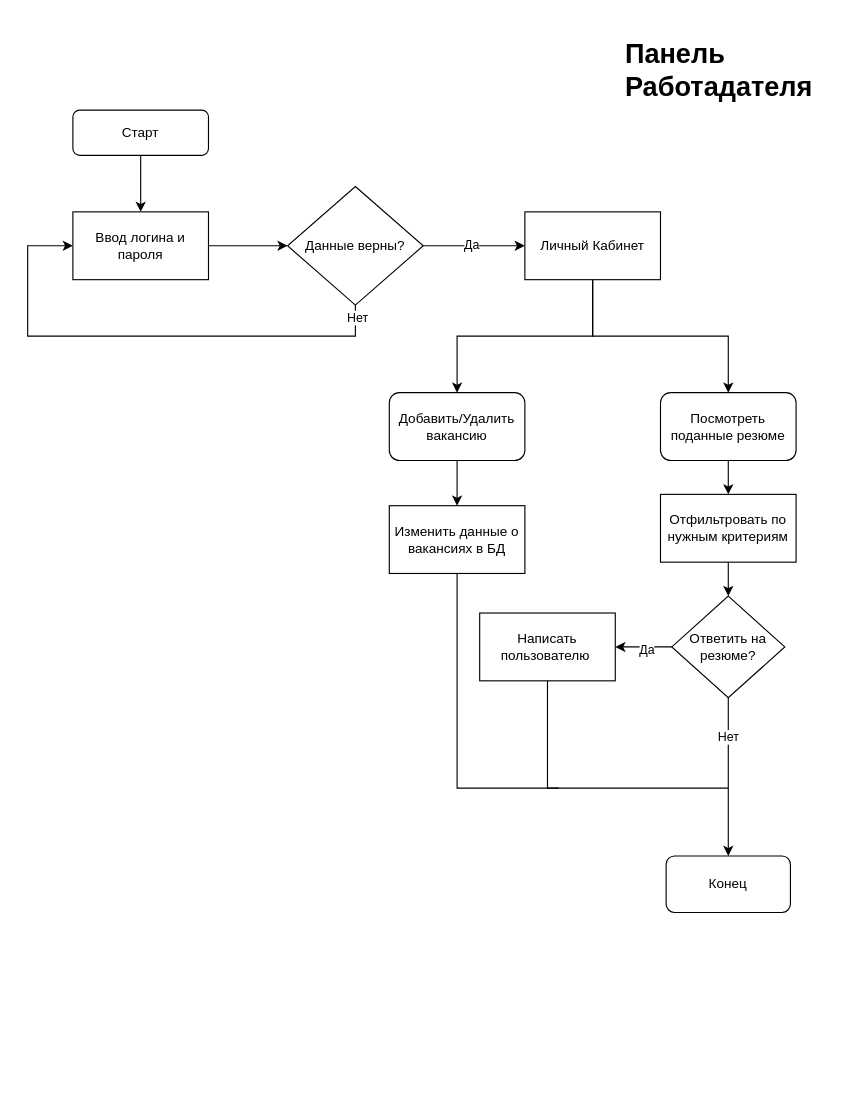
s-martha/haha.ru keeps this draw.io diagram as architecture.drawio. Above is the earlier version. Source tidied: cells renumbered, new cells numbered last; positions are measured from the earlier drawing's top-left corner, leaving out a move shared by most shapes. Both pictures are drawn from the tidied source at 113%, with x=0, y=0 at pixel (27, 31).
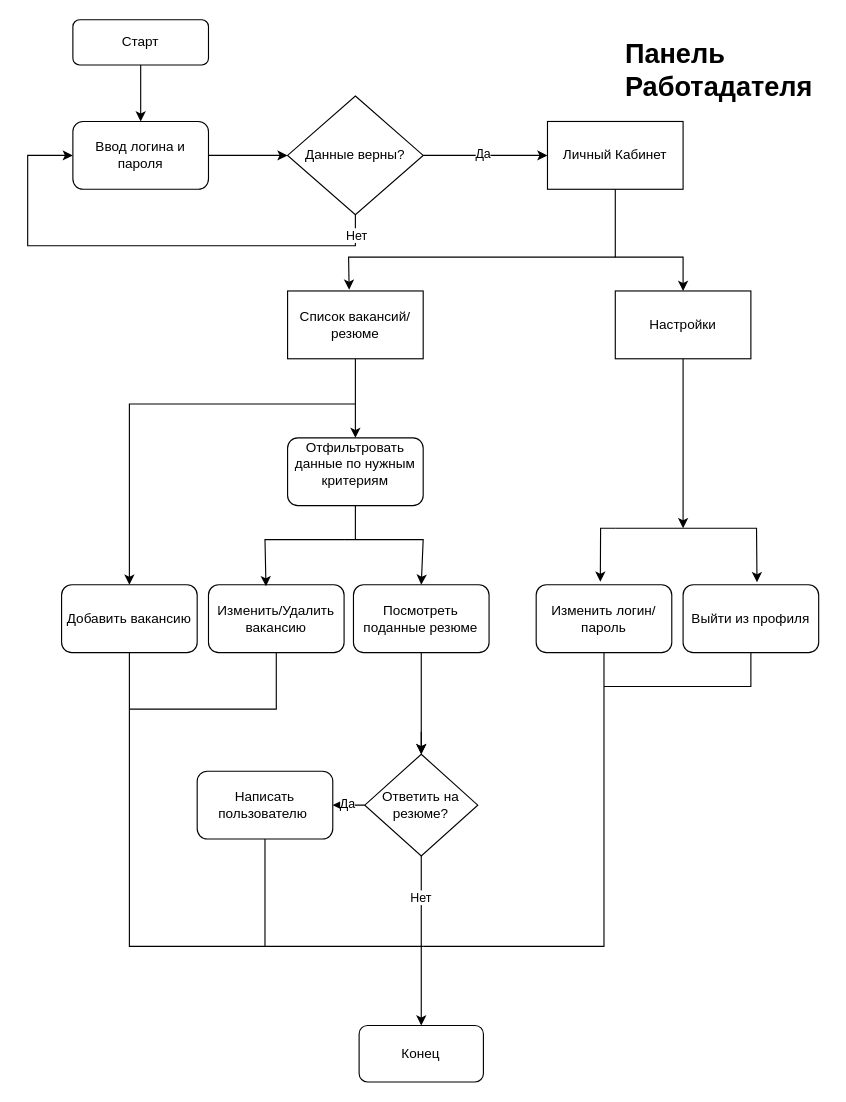
Above is the later version.

The edit, as a diff of the source:
```diff
@@
     <mxCell id="3" value="Старт" style="rounded=1;whiteSpace=wrap;html=1;fontSize=12;glass=0;strokeWidth=1;shadow=0;" parent="1" vertex="1">
-      <mxGeometry x="40" y="70" width="120" height="40" as="geometry" />
+      <mxGeometry x="40" y="-10" width="120" height="40" as="geometry" />
     </mxCell>
@@
-    <mxCell id="6" value="Ввод логина и пароля" style="rounded=0;whiteSpace=wrap;html=1;" parent="1" vertex="1">
-      <mxGeometry x="40" y="160" width="120" height="60" as="geometry" />
+    <mxCell id="6" value="Ввод логина и пароля" style="rounded=1;whiteSpace=wrap;html=1;" parent="1" vertex="1">
+      <mxGeometry x="40" y="80" width="120" height="60" as="geometry" />
     </mxCell>
@@
     <mxCell id="9" value="Данные верны?" style="rhombus;whiteSpace=wrap;html=1;" parent="1" vertex="1">
-      <mxGeometry x="230" y="137.5" width="120" height="105" as="geometry" />
+      <mxGeometry x="230" y="57.5" width="120" height="105" as="geometry" />
     </mxCell>
-    <mxCell id="10" style="edgeStyle=orthogonalEdgeStyle;rounded=0;jettySize=auto;html=1;entryX=0.5;entryY=0;entryDx=0;entryDy=0;" parent="1" edge="1" source="12" target="14">
-      <mxGeometry relative="1" as="geometry" />
-    </mxCell>
-    <mxCell id="11" style="edgeStyle=orthogonalEdgeStyle;rounded=0;jettySize=auto;html=1;" parent="1" edge="1" source="12" target="18">
-      <mxGeometry relative="1" as="geometry" />
-    </mxCell>
     <mxCell id="12" value="Личный Кабинет" style="rounded=0;whiteSpace=wrap;html=1;" parent="1" vertex="1">
-      <mxGeometry x="440" y="160" width="120" height="60" as="geometry" />
+      <mxGeometry x="460" y="80" width="120" height="60" as="geometry" />
     </mxCell>
-    <mxCell id="13" style="edgeStyle=orthogonalEdgeStyle;rounded=0;jettySize=auto;html=1;entryX=0.5;entryY=0;entryDx=0;entryDy=0;" parent="1" edge="1" source="14" target="29">
-      <mxGeometry relative="1" as="geometry" />
-    </mxCell>
-    <mxCell id="14" value="Добавить/Удалить вакансию" style="rounded=1;whiteSpace=wrap;html=1;" parent="1" vertex="1">
-      <mxGeometry x="320" y="320" width="120" height="60" as="geometry" />
+    <mxCell id="14" value="Изменить&lt;span style=&quot;background-color: initial;&quot;&gt;/Удалить вакансию&lt;/span&gt;" style="rounded=1;whiteSpace=wrap;html=1;" parent="1" vertex="1">
+      <mxGeometry x="160" y="490" width="120" height="60" as="geometry" />
     </mxCell>
     <mxCell id="15" style="endArrow=classic;html=1;rounded=0;exitX=0.5;exitY=1;exitDx=0;exitDy=0;entryX=0;entryY=0.5;entryDx=0;entryDy=0;" parent="1" edge="1" source="9" target="6">
       <mxGeometry relative="1" as="geometry">
         <Array as="points">
-          <mxPoint x="290" y="270" />
-          <mxPoint y="270" />
+          <mxPoint x="290" y="190" />
           <mxPoint y="190" />
+          <mxPoint y="110" />
         </Array>
       </mxGeometry>
     </mxCell>
     <mxCell id="16" value="Нет" style="edgeLabel;html=1;align=center;verticalAlign=middle;" parent="15" vertex="1">
-      <mxGeometry x="-0.95" y="1" relative="1" as="geometry" />
+      <mxGeometry x="-0.95" y="1" relative="1" as="geometry">
+        <mxPoint x="-1" y="7" as="offset" />
+      </mxGeometry>
     </mxCell>
-    <mxCell id="17" style="edgeStyle=orthogonalEdgeStyle;rounded=0;jettySize=auto;html=1;entryX=0.5;entryY=0;entryDx=0;entryDy=0;" parent="1" edge="1" source="18" target="27">
-      <mxGeometry relative="1" as="geometry" />
-    </mxCell>
+    <mxCell id="31" style="edgeStyle=orthogonalEdgeStyle;rounded=0;jettySize=auto;html=1;exitX=0.5;exitY=1;exitDx=0;exitDy=0;entryX=0.5;entryY=0;entryDx=0;entryDy=0;" parent="1" edge="1" source="18" target="24">
+      <mxGeometry relative="1" as="geometry" />
+    </mxCell>
     <mxCell id="18" value="Посмотреть поданные резюме" style="rounded=1;whiteSpace=wrap;html=1;" parent="1" vertex="1">
-      <mxGeometry x="560" y="320" width="120" height="60" as="geometry" />
+      <mxGeometry x="288.3" y="490" width="120" height="60" as="geometry" />
     </mxCell>
     <mxCell id="19" value="Конец" style="rounded=1;whiteSpace=wrap;html=1;" parent="1" vertex="1">
-      <mxGeometry x="565" y="730" width="110" height="50" as="geometry" />
+      <mxGeometry x="293.3" y="880" width="110" height="50" as="geometry" />
     </mxCell>
@@
     <mxCell id="24" value="Ответить на резюме?" style="rhombus;whiteSpace=wrap;html=1;" parent="1" vertex="1">
-      <mxGeometry x="570" y="500" width="100" height="90" as="geometry" />
+      <mxGeometry x="298.3" y="640" width="100" height="90" as="geometry" />
     </mxCell>
-    <mxCell id="25" value="Написать пользователю&amp;nbsp;" style="whiteSpace=wrap;html=1;" parent="1" vertex="1">
-      <mxGeometry x="400" y="515" width="120" height="60" as="geometry" />
+    <mxCell id="25" value="Написать пользователю&amp;nbsp;" style="whiteSpace=wrap;html=1;rounded=1;" parent="1" vertex="1">
+      <mxGeometry x="150" y="655" width="120" height="60" as="geometry" />
     </mxCell>
-    <mxCell id="26" style="edgeStyle=orthogonalEdgeStyle;rounded=0;jettySize=auto;html=1;entryX=0.5;entryY=0;entryDx=0;entryDy=0;" parent="1" edge="1" source="27" target="24">
-      <mxGeometry relative="1" as="geometry" />
+    <mxCell id="26" style="edgeStyle=orthogonalEdgeStyle;rounded=0;jettySize=auto;html=1;entryX=0.5;entryY=0;entryDx=0;entryDy=0;" parent="1" edge="1" target="24">
+      <mxGeometry relative="1" as="geometry">
+        <mxPoint x="348.3" y="620" as="sourcePoint" />
+      </mxGeometry>
     </mxCell>
-    <mxCell id="27" value="Отфильтровать по нужным критериям" style="rounded=0;whiteSpace=wrap;html=1;" parent="1" vertex="1">
-      <mxGeometry x="560" y="410" width="120" height="60" as="geometry" />
-    </mxCell>
     <mxCell id="28" style="endArrow=none;html=1;rounded=0;entryX=0.5;entryY=1;entryDx=0;entryDy=0;" parent="1" edge="1" target="25">
       <mxGeometry relative="1" as="geometry">
-        <mxPoint x="620" y="670" as="sourcePoint" />
+        <mxPoint x="350" y="810" as="sourcePoint" />
         <Array as="points">
-          <mxPoint x="460" y="670" />
+          <mxPoint x="210" y="810" />
         </Array>
       </mxGeometry>
     </mxCell>
-    <mxCell id="29" value="Изменить данные о вакансиях в БД" style="rounded=0;whiteSpace=wrap;html=1;" parent="1" vertex="1">
-      <mxGeometry x="320" y="420" width="120" height="60" as="geometry" />
-    </mxCell>
-    <mxCell id="30" style="endArrow=none;html=1;rounded=0;entryX=0.5;entryY=1;entryDx=0;entryDy=0;" parent="1" edge="1" target="29">
-      <mxGeometry relative="1" as="geometry">
-        <mxPoint x="470" y="670" as="sourcePoint" />
-        <Array as="points">
-          <mxPoint x="380" y="670" />
-        </Array>
-      </mxGeometry>
-    </mxCell>
+    <mxCell id="32" value="Добавить вакансию" style="rounded=1;whiteSpace=wrap;html=1;" parent="1" vertex="1">
+      <mxGeometry x="30" y="490" width="120" height="60" as="geometry" />
+    </mxCell>
+    <mxCell id="33" style="endArrow=classic;html=1;rounded=0;entryX=0.5;entryY=0;entryDx=0;entryDy=0;" parent="1" edge="1" target="32">
+      <mxGeometry relative="1" as="geometry">
+        <mxPoint x="290" y="330" as="sourcePoint" />
+        <Array as="points">
+          <mxPoint x="190" y="330" />
+          <mxPoint x="90" y="330" />
+          <mxPoint x="90" y="440" />
+        </Array>
+      </mxGeometry>
+    </mxCell>
+    <mxCell id="34" value="Отфильтровать данные по нужным критериям&lt;div&gt;&lt;br&gt;&lt;/div&gt;" style="rounded=1;whiteSpace=wrap;html=1;" parent="1" vertex="1">
+      <mxGeometry x="230" y="360" width="120" height="60" as="geometry" />
+    </mxCell>
+    <mxCell id="35" style="endArrow=classic;html=1;rounded=0;entryX=0.5;entryY=0;entryDx=0;entryDy=0;" parent="1" edge="1" target="18">
+      <mxGeometry relative="1" as="geometry">
+        <mxPoint x="280" y="450" as="sourcePoint" />
+        <Array as="points">
+          <mxPoint x="350" y="450" />
+        </Array>
+      </mxGeometry>
+    </mxCell>
+    <mxCell id="36" style="endArrow=classic;html=1;rounded=0;entryX=0.424;entryY=0.021;entryDx=0;entryDy=0;entryPerimeter=0;" parent="1" edge="1" target="14">
+      <mxGeometry relative="1" as="geometry">
+        <mxPoint x="280" y="450" as="sourcePoint" />
+        <Array as="points">
+          <mxPoint x="210" y="450" />
+        </Array>
+      </mxGeometry>
+    </mxCell>
+    <mxCell id="37" style="endArrow=none;html=1;rounded=0;entryX=0.5;entryY=1;entryDx=0;entryDy=0;" parent="1" edge="1" target="34">
+      <mxGeometry relative="1" as="geometry">
+        <mxPoint x="290" y="450" as="sourcePoint" />
+      </mxGeometry>
+    </mxCell>
+    <mxCell id="38" style="endArrow=none;html=1;rounded=0;exitX=0.5;exitY=1;exitDx=0;exitDy=0;" parent="1" edge="1" source="32">
+      <mxGeometry relative="1" as="geometry">
+        <mxPoint x="210" y="810" as="targetPoint" />
+        <Array as="points">
+          <mxPoint x="90" y="810" />
+        </Array>
+      </mxGeometry>
+    </mxCell>
+    <mxCell id="39" style="endArrow=none;html=1;rounded=0;entryX=0.5;entryY=1;entryDx=0;entryDy=0;" parent="1" edge="1" target="14">
+      <mxGeometry relative="1" as="geometry">
+        <mxPoint x="90" y="600" as="sourcePoint" />
+        <Array as="points">
+          <mxPoint x="220" y="600" />
+        </Array>
+      </mxGeometry>
+    </mxCell>
+    <mxCell id="40" style="edgeStyle=orthogonalEdgeStyle;rounded=0;jettySize=auto;html=1;" parent="1" edge="1" source="41" target="34">
+      <mxGeometry relative="1" as="geometry" />
+    </mxCell>
+    <mxCell id="41" value="Список вакансий/резюме" style="rounded=0;whiteSpace=wrap;html=1;" parent="1" vertex="1">
+      <mxGeometry x="230" y="230" width="120" height="60" as="geometry" />
+    </mxCell>
+    <mxCell id="42" style="edgeStyle=orthogonalEdgeStyle;rounded=0;jettySize=auto;html=1;" parent="1" edge="1" source="43">
+      <mxGeometry relative="1" as="geometry">
+        <mxPoint x="580" y="440" as="targetPoint" />
+      </mxGeometry>
+    </mxCell>
+    <mxCell id="43" value="Настройки" style="rounded=0;whiteSpace=wrap;html=1;" parent="1" vertex="1">
+      <mxGeometry x="520" y="230" width="120" height="60" as="geometry" />
+    </mxCell>
+    <mxCell id="44" value="Выйти из профиля" style="rounded=1;whiteSpace=wrap;html=1;" parent="1" vertex="1">
+      <mxGeometry x="580" y="490" width="120" height="60" as="geometry" />
+    </mxCell>
+    <mxCell id="45" value="Изменить логин/пароль" style="rounded=1;whiteSpace=wrap;html=1;" parent="1" vertex="1">
+      <mxGeometry x="450" y="490" width="120" height="60" as="geometry" />
+    </mxCell>
+    <mxCell id="46" style="endArrow=classic;html=1;rounded=0;entryX=0.454;entryY=-0.019;entryDx=0;entryDy=0;entryPerimeter=0;" parent="1" edge="1" target="41">
+      <mxGeometry relative="1" as="geometry">
+        <mxPoint x="520" y="200" as="sourcePoint" />
+        <Array as="points">
+          <mxPoint x="284" y="200" />
+        </Array>
+      </mxGeometry>
+    </mxCell>
+    <mxCell id="47" style="endArrow=classic;html=1;rounded=0;exitX=0.5;exitY=1;exitDx=0;exitDy=0;entryX=0.5;entryY=0;entryDx=0;entryDy=0;" parent="1" edge="1" source="12" target="43">
+      <mxGeometry relative="1" as="geometry">
+        <Array as="points">
+          <mxPoint x="520" y="200" />
+          <mxPoint x="580" y="200" />
+        </Array>
+      </mxGeometry>
+    </mxCell>
+    <mxCell id="48" style="endArrow=classic;html=1;rounded=0;entryX=0.473;entryY=-0.045;entryDx=0;entryDy=0;entryPerimeter=0;" parent="1" edge="1" target="45">
+      <mxGeometry relative="1" as="geometry">
+        <mxPoint x="520" y="440" as="sourcePoint" />
+        <Array as="points">
+          <mxPoint x="507" y="440" />
+        </Array>
+      </mxGeometry>
+    </mxCell>
+    <mxCell id="49" style="endArrow=classic;html=1;rounded=0;entryX=0.545;entryY=-0.038;entryDx=0;entryDy=0;entryPerimeter=0;" parent="1" edge="1" target="44">
+      <mxGeometry relative="1" as="geometry">
+        <mxPoint x="520" y="440" as="sourcePoint" />
+        <Array as="points">
+          <mxPoint x="645" y="440" />
+        </Array>
+      </mxGeometry>
+    </mxCell>
+    <mxCell id="50" style="endArrow=none;html=1;rounded=0;entryX=0.5;entryY=1;entryDx=0;entryDy=0;" parent="1" edge="1" target="45">
+      <mxGeometry relative="1" as="geometry">
+        <mxPoint x="350" y="810" as="sourcePoint" />
+        <Array as="points">
+          <mxPoint x="510" y="810" />
+        </Array>
+      </mxGeometry>
+    </mxCell>
+    <mxCell id="51" style="endArrow=none;html=1;rounded=0;entryX=0.5;entryY=1;entryDx=0;entryDy=0;" parent="1" edge="1" target="44">
+      <mxGeometry relative="1" as="geometry">
+        <mxPoint x="510" y="580" as="sourcePoint" />
+        <Array as="points">
+          <mxPoint x="640" y="580" />
+        </Array>
+      </mxGeometry>
+    </mxCell>
```
